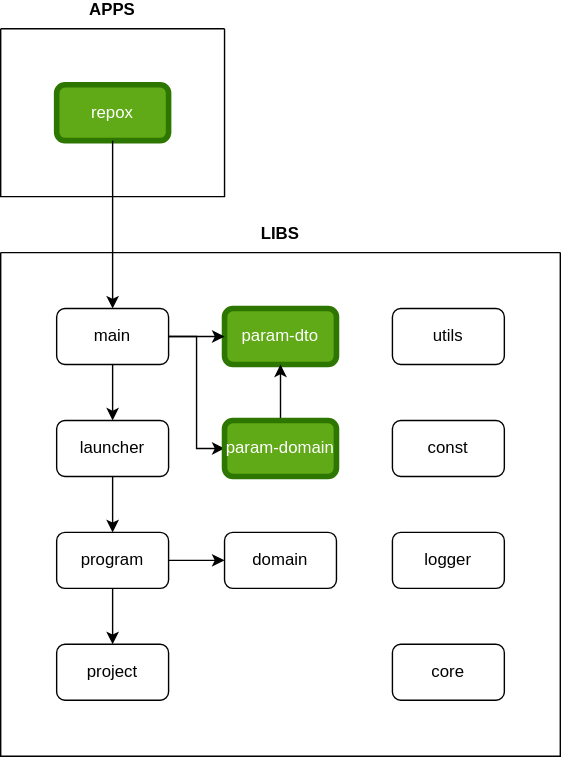
Before: docs/dependency.svg, a diagram exported from draw.io (jaqba98/repox). Source tidied: cells renumbered, new cells last; positions are measured from the earlier drawing's top-left corner, leaving out a move shared by most shapes.
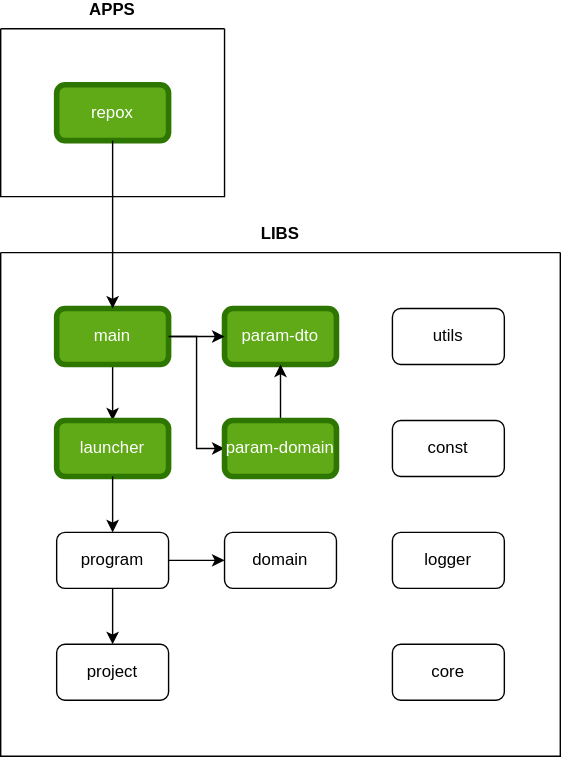
The same diagram one commit later.

The edit, as a diff of the source:
```diff
@@ -11,7 +11,7 @@
     <mxCell id="4" style="edgeStyle=orthogonalEdgeStyle;rounded=0;jettySize=auto;html=1;entryX=0;entryY=0.5;entryDx=0;entryDy=0;" parent="2" edge="1" source="5" target="15">
       <mxGeometry relative="1" as="geometry" />
     </mxCell>
-    <mxCell id="5" value="main" style="rounded=1;whiteSpace=wrap;html=1;strokeWidth=1;" parent="2" vertex="1">
+    <mxCell id="5" value="main" style="rounded=1;whiteSpace=wrap;html=1;strokeWidth=4;fillColor=#60a917;fontColor=#ffffff;strokeColor=#2D7600;" parent="2" vertex="1">
       <mxGeometry x="40" y="40" width="80" height="40" as="geometry" />
     </mxCell>
     <mxCell id="6" value="param-dto" style="rounded=1;whiteSpace=wrap;html=1;strokeWidth=4;fillColor=#60a917;fontColor=#ffffff;strokeColor=#2D7600;" parent="2" vertex="1">
@@ -20,7 +20,7 @@
     <mxCell id="7" style="edgeStyle=orthogonalEdgeStyle;rounded=0;jettySize=auto;html=1;entryX=0;entryY=0.5;entryDx=0;entryDy=0;" parent="2" edge="1" source="5" target="6">
       <mxGeometry relative="1" as="geometry" />
     </mxCell>
-    <mxCell id="8" value="launcher" style="rounded=1;whiteSpace=wrap;html=1;" parent="2" vertex="1">
+    <mxCell id="8" value="launcher" style="rounded=1;whiteSpace=wrap;html=1;strokeWidth=4;fillColor=#60a917;fontColor=#ffffff;strokeColor=#2D7600;" parent="2" vertex="1">
       <mxGeometry x="40" y="120" width="80" height="40" as="geometry" />
     </mxCell>
     <mxCell id="9" style="edgeStyle=orthogonalEdgeStyle;rounded=0;jettySize=auto;html=1;" parent="2" edge="1" source="10" target="16">
```
